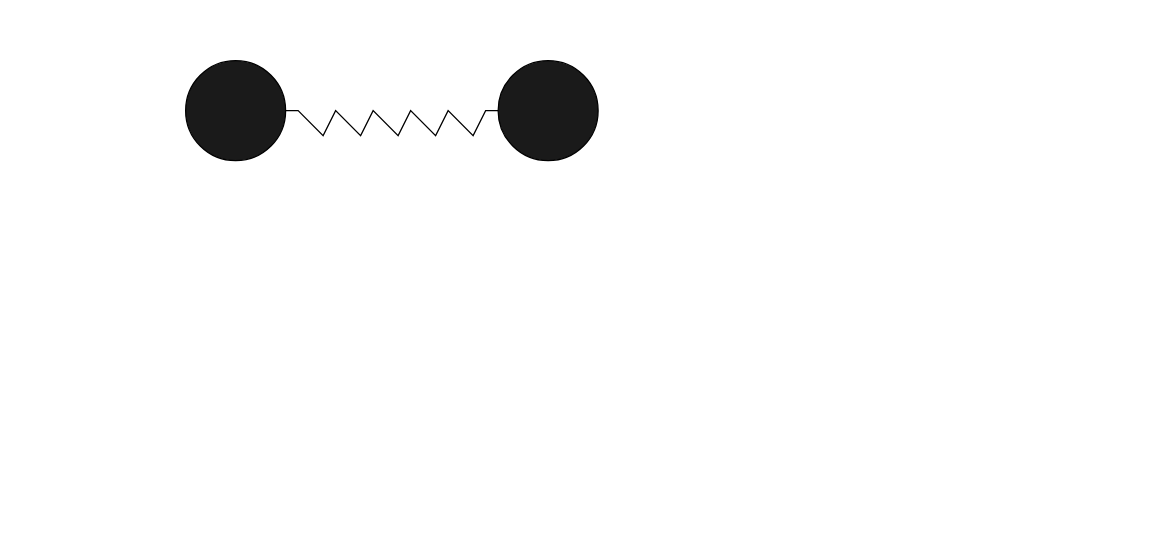
Before: 聚合物.drawio in mauhin/auto, a draw.io diagram. Source tidied: cells renumbered, new cells numbered last; positions are measured from the earlier drawing's top-left corner, leaving out a move shared by most shapes. Both pictures are drawn from the tidied source at 125%, with x=0, y=0 at pixel (185, 60).
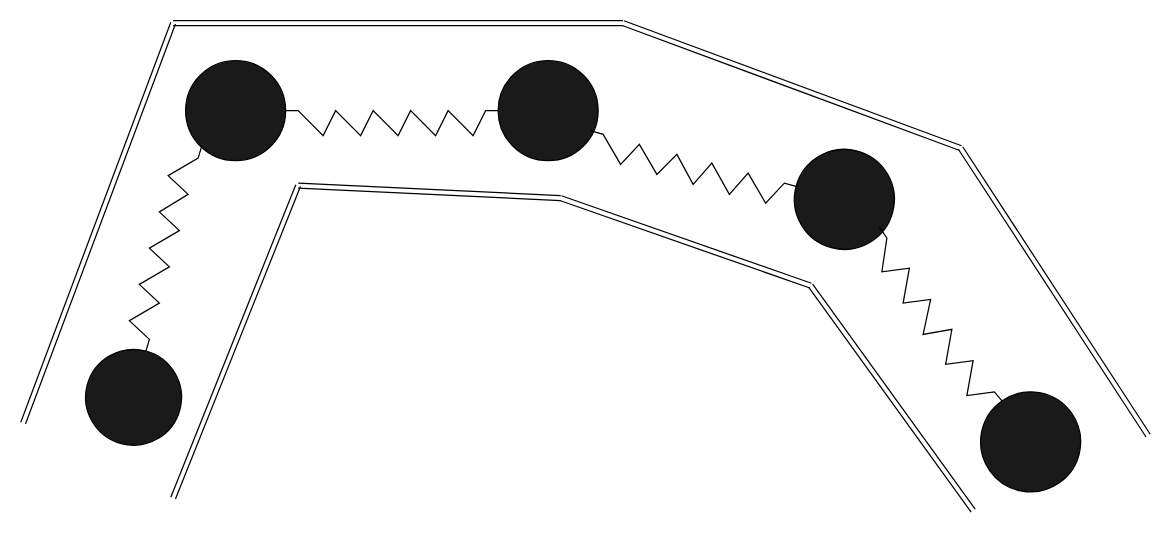
After the change.

Commit message:
更新聚合物.drawio

The edit, as a diff of the source:
```diff
@@
+    <mxCell id="5" style="group;rotation=105;" parent="1" vertex="1">
+      <mxGeometry x="-130" y="150" width="230" height="80" as="geometry" />
+    </mxCell>
+    <mxCell id="6" style="ellipse;whiteSpace=wrap;html=1;fillColor=#1A1A1A;rotation=105;" parent="5" vertex="1">
+      <mxGeometry x="50" y="81" width="76.7" height="76.7" as="geometry" />
+    </mxCell>
+    <mxCell id="7" style="endArrow=none;html=1;rounded=0;entryX=0;entryY=0.5;entryDx=0;entryDy=0;" parent="5" edge="1" target="6">
+      <mxGeometry relative="1" as="geometry">
+        <mxPoint x="140" y="-72" as="sourcePoint" />
+        <Array as="points">
+          <mxPoint x="143" y="-82" />
+          <mxPoint x="140" y="-72" />
+          <mxPoint x="116" y="-58" />
+          <mxPoint x="132" y="-43" />
+          <mxPoint x="109" y="-29" />
+          <mxPoint x="125" y="-14" />
+          <mxPoint x="101" />
+          <mxPoint x="117" y="15" />
+          <mxPoint x="93" y="29" />
+          <mxPoint x="109" y="44" />
+          <mxPoint x="85" y="58" />
+          <mxPoint x="101" y="73" />
+        </Array>
+      </mxGeometry>
+    </mxCell>
+    <mxCell id="8" style="group;rotation=15;" parent="1" vertex="1">
+      <mxGeometry x="330" y="50" width="240" height="80" as="geometry" />
+    </mxCell>
+    <mxCell id="9" style="ellipse;whiteSpace=wrap;html=1;fillColor=#1A1A1A;rotation=15;" parent="8" vertex="1">
+      <mxGeometry x="157" y="21" width="80" height="80" as="geometry" />
+    </mxCell>
+    <mxCell id="10" style="endArrow=none;html=1;rounded=0;entryX=0;entryY=0.5;entryDx=0;entryDy=0;" parent="8" edge="1" target="9">
+      <mxGeometry relative="1" as="geometry">
+        <mxPoint x="-6" y="6" as="sourcePoint" />
+        <Array as="points">
+          <mxPoint x="4" y="9" />
+          <mxPoint x="18" y="33" />
+          <mxPoint x="33" y="17" />
+          <mxPoint x="47" y="41" />
+          <mxPoint x="63" y="25" />
+          <mxPoint x="76" y="49" />
+          <mxPoint x="91" y="32" />
+          <mxPoint x="105" y="57" />
+          <mxPoint x="120" y="40" />
+          <mxPoint x="134" y="64" />
+          <mxPoint x="149" y="48" />
+        </Array>
+      </mxGeometry>
+    </mxCell>
+    <mxCell id="11" style="group;rotation=55;" parent="1" vertex="1">
+      <mxGeometry x="510" y="200" width="240" height="80" as="geometry" />
+    </mxCell>
+    <mxCell id="12" style="ellipse;whiteSpace=wrap;html=1;fillColor=#1A1A1A;rotation=55;" parent="11" vertex="1">
+      <mxGeometry x="126" y="65" width="80" height="80" as="geometry" />
+    </mxCell>
+    <mxCell id="13" style="endArrow=none;html=1;rounded=0;entryX=0;entryY=0.5;entryDx=0;entryDy=0;" parent="11" edge="1" target="12">
+      <mxGeometry relative="1" as="geometry">
+        <mxPoint x="45" y="-67" as="sourcePoint" />
+        <Array as="points">
+          <mxPoint x="51" y="-58" />
+          <mxPoint x="47" y="-31" />
+          <mxPoint x="69" y="-34" />
+          <mxPoint x="64" y="-6" />
+          <mxPoint x="86" y="-9" />
+          <mxPoint x="80" y="19" />
+          <mxPoint x="103" y="15" />
+          <mxPoint x="98" y="43" />
+          <mxPoint x="120" y="40" />
+          <mxPoint x="115" y="68" />
+          <mxPoint x="137" y="65" />
+        </Array>
+      </mxGeometry>
+    </mxCell>
+    <mxCell id="14" style="shape=link;html=1;rounded=0;" parent="1" edge="1">
+      <mxGeometry relative="1" as="geometry">
+        <mxPoint x="-10" y="350" as="sourcePoint" />
+        <mxPoint x="90" y="100" as="targetPoint" />
+      </mxGeometry>
+    </mxCell>
+    <mxCell id="15" style="shape=link;html=1;rounded=0;" parent="1" edge="1">
+      <mxGeometry relative="1" as="geometry">
+        <mxPoint x="-130" y="290" as="sourcePoint" />
+        <mxPoint x="-10" y="-30" as="targetPoint" />
+      </mxGeometry>
+    </mxCell>
+    <mxCell id="16" style="shape=link;html=1;rounded=0;" parent="1" edge="1">
+      <mxGeometry relative="1" as="geometry">
+        <mxPoint x="-10" y="-30" as="sourcePoint" />
+        <mxPoint x="350" y="-30" as="targetPoint" />
+      </mxGeometry>
+    </mxCell>
+    <mxCell id="17" style="shape=link;html=1;rounded=0;" parent="1" edge="1">
+      <mxGeometry relative="1" as="geometry">
+        <mxPoint x="620" y="70" as="sourcePoint" />
+        <mxPoint x="350" y="-30" as="targetPoint" />
+      </mxGeometry>
+    </mxCell>
+    <mxCell id="18" style="shape=link;html=1;rounded=0;" parent="1" edge="1">
+      <mxGeometry relative="1" as="geometry">
+        <mxPoint x="770" y="300" as="sourcePoint" />
+        <mxPoint x="620" y="70" as="targetPoint" />
+      </mxGeometry>
+    </mxCell>
+    <mxCell id="19" style="shape=link;html=1;rounded=0;" parent="1" edge="1">
+      <mxGeometry relative="1" as="geometry">
+        <mxPoint x="300" y="110" as="sourcePoint" />
+        <mxPoint x="90" y="100" as="targetPoint" />
+      </mxGeometry>
+    </mxCell>
+    <mxCell id="20" style="shape=link;html=1;rounded=0;" parent="1" edge="1">
+      <mxGeometry relative="1" as="geometry">
+        <mxPoint x="500" y="180" as="sourcePoint" />
+        <mxPoint x="300" y="110" as="targetPoint" />
+      </mxGeometry>
+    </mxCell>
+    <mxCell id="21" style="shape=link;html=1;rounded=0;" parent="1" edge="1">
+      <mxGeometry relative="1" as="geometry">
+        <mxPoint x="630" y="360" as="sourcePoint" />
+        <mxPoint x="500" y="180" as="targetPoint" />
+      </mxGeometry>
+    </mxCell>
```
